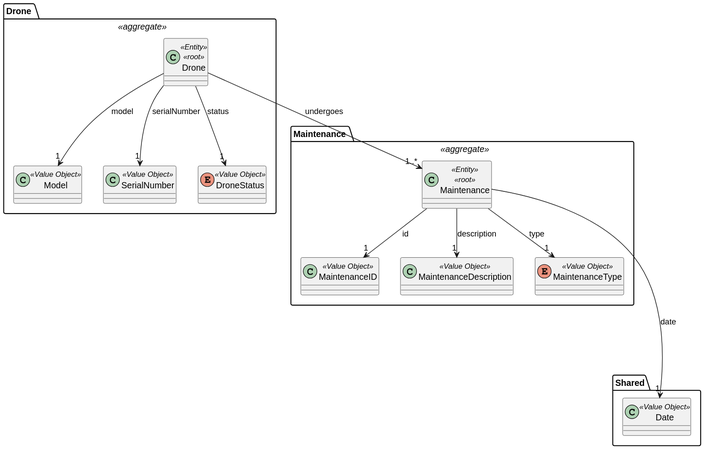
diogoveirospro/sem4pi-2024-2025-sem4pi_2024_2025_g44 keeps this PlantUML diagram as docs/global_artifacts/analysis/images/domain_model_drone.svg. Above is the earlier version.
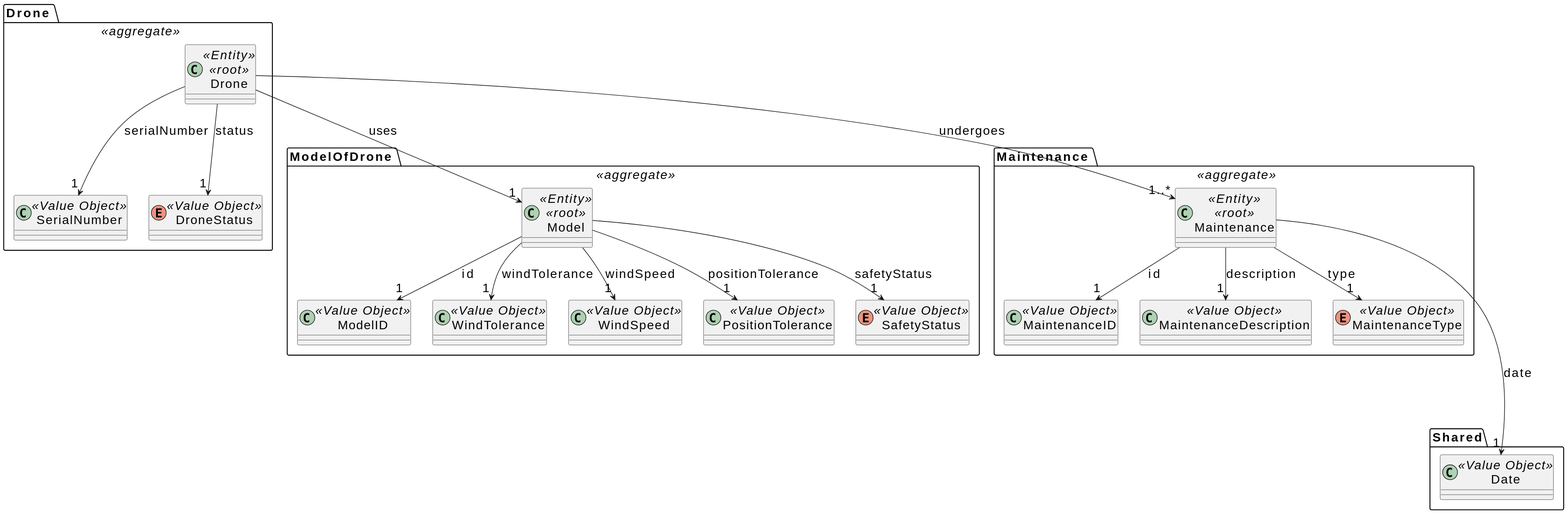
Above is the later version.

Change to the diagram source:
```diff
@@ -1,10 +1,9 @@
 @startuml
+skinparamlocked defaultFontSize 20
+
 package "Drone " <<aggregate>> {
 
     class Drone <<Entity>> <<root>>{
-    }
-
-    class Model <<Value Object>>{
     }
 
     class SerialNumber <<Value Object>>{
@@ -14,8 +13,37 @@
     }
 
     Drone --> "1" DroneStatus: status
-    Drone --> "1" Model: model
     Drone --> "1" SerialNumber: serialNumber
+}
+
+package "ModelOfDrone " <<aggregate>> {
+
+    class Model <<Entity>> <<root>>{
+    }
+
+    class ModelID <<Value Object>>{
+    }
+
+    class WindTolerance <<Value Object>>{
+    }
+
+    class WindSpeed <<Value Object>>{
+    }
+
+    class PositionTolerance <<Value Object>>{
+    }
+
+    enum SafetyStatus <<Value Object>>{
+    }
+
+    Model --> "1" ModelID: id
+    Model --> "1" WindTolerance: windTolerance
+    Model --> "1" WindSpeed: windSpeed
+    Model --> "1" PositionTolerance: positionTolerance
+    Model --> "1" SafetyStatus: safetyStatus
+
+    Drone --> "1" Model: uses
+
 }
 
 package "Maintenance " <<aggregate>> {
```
